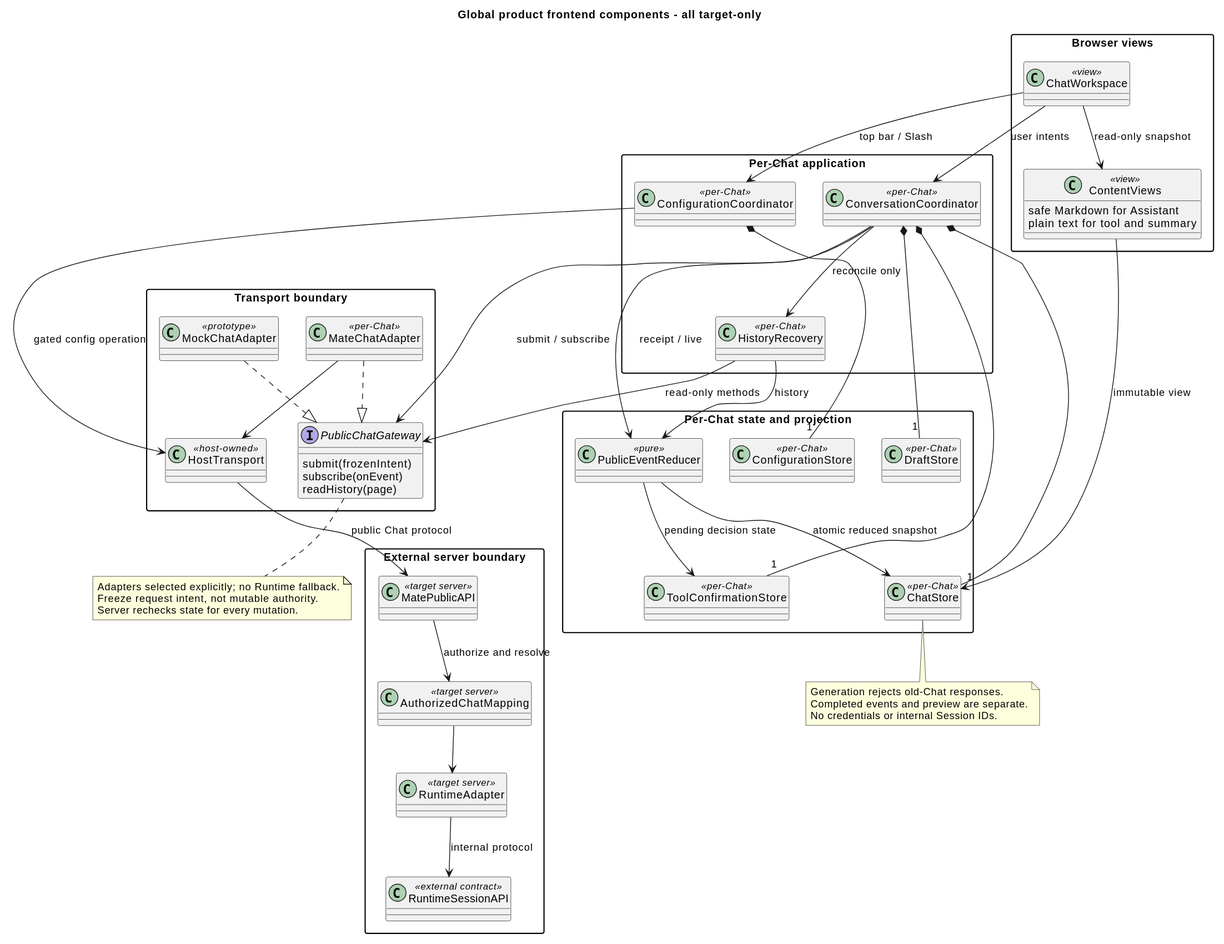
Before: 01-总体架构/04-CampusClaw前端体验/target_frontend_components.svg, a diagram exported from PlantUML (ssm0808/pi-mono-java-design).
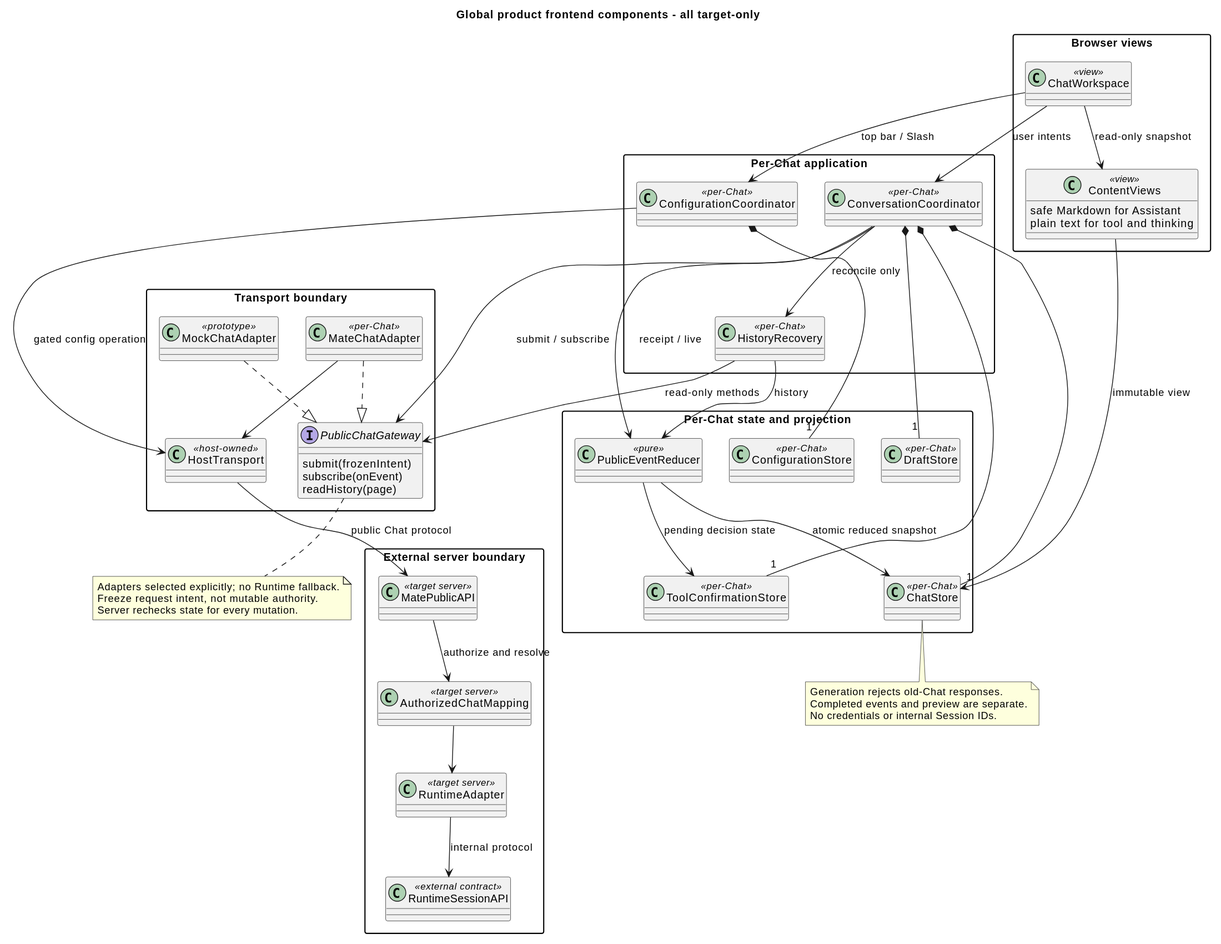
Later version of the same file.

Diff of the diagram source:
```diff
@@ -7,7 +7,7 @@
   class ChatWorkspace <<view>>
   class ContentViews <<view>> {
     safe Markdown for Assistant
-    plain text for tool and summary
+    plain text for tool and thinking
   }
 }
 package "Per-Chat application" {
```
